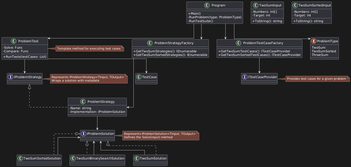
Before: Leetcode/Documentation/class-diagram.png, a diagram exported from PlantUML (abhimanyu-builds/Leetcode).
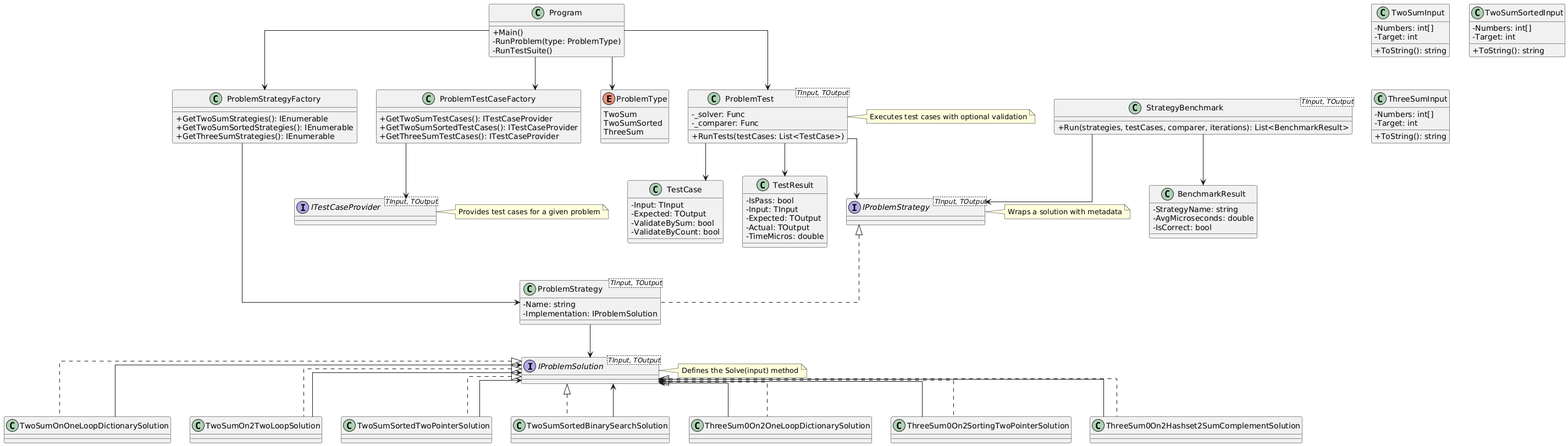
Later version of the same file.

Diff of the diagram source:
```diff
@@ -3,49 +3,78 @@
 skinparam shadowing false
 skinparam linetype ortho
 
-interface IProblemSolution
+interface IProblemSolution<TInput, TOutput>
 note right of IProblemSolution
-Represents IProblemSolution<TInput, TOutput>
 Defines the Solve(input) method
 end note
 
-interface IProblemStrategy
+interface IProblemStrategy<TInput, TOutput>
 note right of IProblemStrategy
-Represents IProblemStrategy<TInput, TOutput>
 Wraps a solution with metadata
 end note
 
-interface ITestCaseProvider
+interface ITestCaseProvider<TInput, TOutput>
 note right of ITestCaseProvider
 Provides test cases for a given problem
 end note
 
-class ProblemStrategy implements IProblemStrategy {
+class ProblemStrategy<TInput, TOutput> implements IProblemStrategy {
     - Name: string
     - Implementation: IProblemSolution
 }
 
-class TwoSumSortedSolution implements IProblemSolution
-class TwoSumBinarySearchSolution implements IProblemSolution
-class TwoSumSolution implements IProblemSolution
+class TwoSumOnOneLoopDictionarySolution implements IProblemSolution
+class TwoSumOn2TwoLoopSolution implements IProblemSolution
+class TwoSumSortedTwoPointerSolution implements IProblemSolution
+class TwoSumSortedBinarySearchSolution implements IProblemSolution
+class ThreeSum0On2OneLoopDictionarySolution implements IProblemSolution
+class ThreeSum0On2SortingTwoPointerSolution implements IProblemSolution
+class ThreeSum0On2Hashset2SumComplementSolution implements IProblemSolution
 
-class ProblemTest {
-    - Solve: Func
-    - Compare: Func
-    + RunTests(testCases: List)
+class ProblemTest<TInput, TOutput> {
+    - _solver: Func
+    - _comparer: Func
+    + RunTests(testCases: List<TestCase>)
 }
 note right of ProblemTest
-Template method for executing test cases
+Executes test cases with optional validation
 end note
+
+class TestCase {
+    - Input: TInput
+    - Expected: TOutput
+    - ValidateBySum: bool
+    - ValidateByCount: bool
+}
+
+class TestResult {
+    - IsPass: bool
+    - Input: TInput
+    - Expected: TOutput
+    - Actual: TOutput
+    - TimeMicros: double
+}
+
+class StrategyBenchmark<TInput, TOutput> {
+    + Run(strategies, testCases, comparer, iterations): List<BenchmarkResult>
+}
+
+class BenchmarkResult {
+    - StrategyName: string
+    - AvgMicroseconds: double
+    - IsCorrect: bool
+}
 
 class ProblemStrategyFactory {
     + GetTwoSumStrategies(): IEnumerable
     + GetTwoSumSortedStrategies(): IEnumerable
+    + GetThreeSumStrategies(): IEnumerable
 }
 
 class ProblemTestCaseFactory {
     + GetTwoSumTestCases(): ITestCaseProvider
     + GetTwoSumSortedTestCases(): ITestCaseProvider
+    + GetThreeSumTestCases(): ITestCaseProvider
 }
 
 class TwoSumInput {
@@ -55,6 +84,12 @@
 }
 
 class TwoSumSortedInput {
+    - Numbers: int[]
+    - Target: int
+    + ToString(): string
+}
+
+class ThreeSumInput {
     - Numbers: int[]
     - Target: int
     + ToString(): string
@@ -81,8 +116,17 @@
 ProblemTestCaseFactory --> ITestCaseProvider
 ProblemTest --> IProblemStrategy
 ProblemTest --> TestCase
+ProblemTest --> TestResult
 ProblemStrategy --> IProblemSolution
-TwoSumSortedSolution --> IProblemSolution
-TwoSumBinarySearchSolution --> IProblemSolution
-TwoSumSolution --> IProblemSolution
+
+StrategyBenchmark --> IProblemStrategy
+StrategyBenchmark --> BenchmarkResult
+
+TwoSumOnOneLoopDictionarySolution --> IProblemSolution
+TwoSumOn2TwoLoopSolution --> IProblemSolution
+TwoSumSortedTwoPointerSolution --> IProblemSolution
+TwoSumSortedBinarySearchSolution --> IProblemSolution
+ThreeSum0On2OneLoopDictionarySolution --> IProblemSolution
+ThreeSum0On2SortingTwoPointerSolution --> IProblemSolution
+ThreeSum0On2Hashset2SumComplementSolution --> IProblemSolution
 @enduml
```
